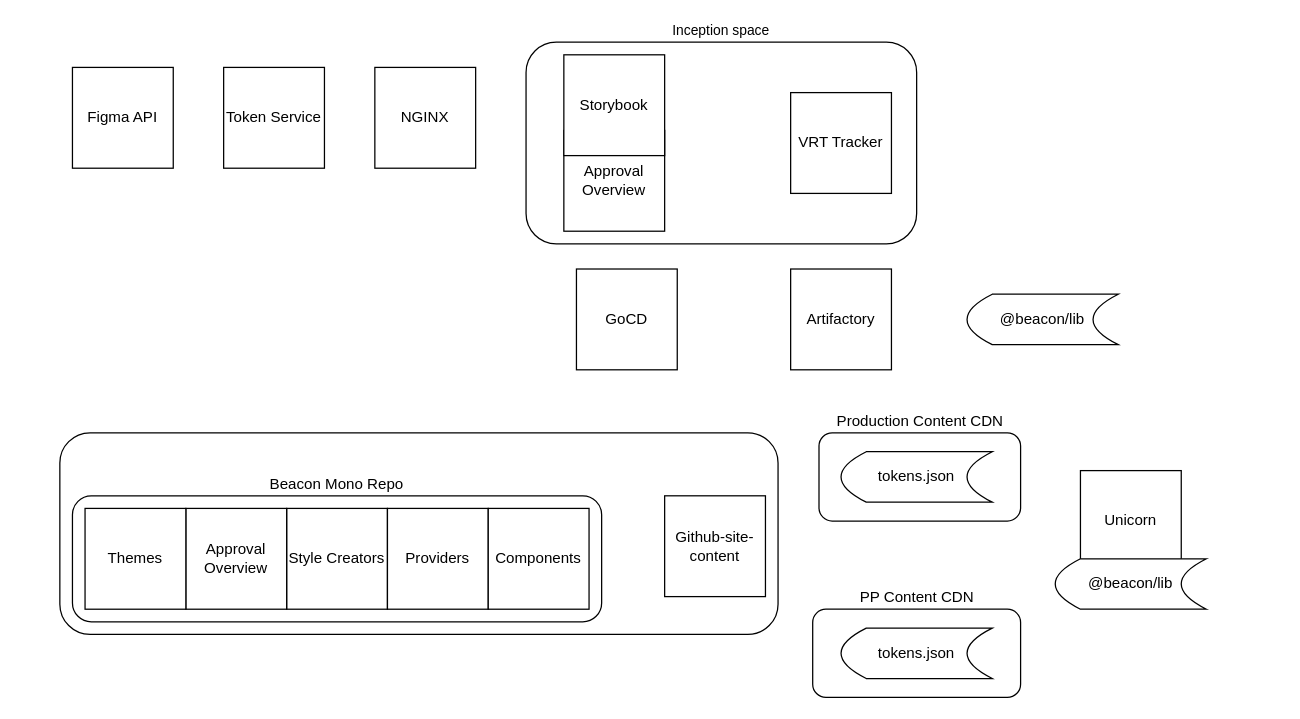
azz0r/tutorials keeps this draw.io diagram as Untitled Diagram.drawio. Above is the earlier version. Source tidied: cells renumbered, new cells numbered last; positions are measured from the earlier drawing's top-left corner, leaving out a move shared by most shapes. Both pictures are drawn from the tidied source at 126%, with x=0, y=0 at pixel (59, 42).
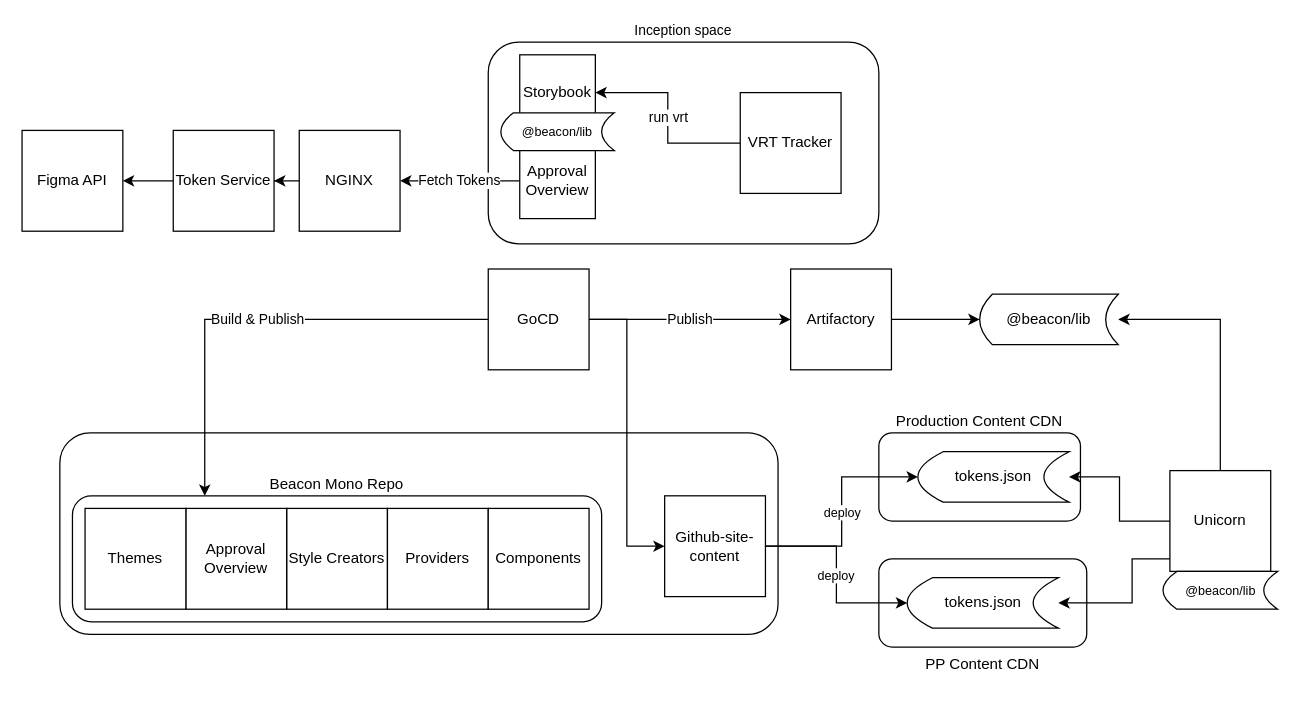
The same diagram, later.

Commit message (it also covers changes not shown here):
Beacon UML

The change refers to these unchanged cells:
```xml
<mxCell id="5" value="Github-site-content" style="whiteSpace=wrap;html=1;" parent="1" vertex="1">
  <mxGeometry x="480" y="360" width="80" height="80" as="geometry" />
</mxCell>
<mxCell id="6" value="Artifactory" style="whiteSpace=wrap;html=1;" parent="1" vertex="1">
  <mxGeometry x="580" y="180" width="80" height="80" as="geometry" />
</mxCell>
<mxCell id="16" value="Beacon Mono Repo" style="rounded=1;whiteSpace=wrap;html=1;horizontal=1;verticalAlign=bottom;labelPosition=center;verticalLabelPosition=top;align=center;" parent="1" vertex="1">
  <mxGeometry x="10" y="360" width="420" height="100" as="geometry" />
</mxCell>
```

The edit, as a diff of the source:
```diff
@@
     <mxCell id="2" value="Inception space" style="rounded=1;whiteSpace=wrap;html=1;labelPosition=center;verticalLabelPosition=top;align=center;verticalAlign=bottom;horizontal=1;fontSize=11;labelBorderColor=none;labelBackgroundColor=none;" parent="1" vertex="1">
-      <mxGeometry x="370" width="310" height="160" as="geometry" />
+      <mxGeometry x="340" width="310" height="160" as="geometry" />
     </mxCell>
@@
+    <mxCell id="26" style="edgeStyle=orthogonalEdgeStyle;rounded=0;jettySize=auto;html=1;fontSize=11;" parent="1" edge="1" source="4" target="25">
+      <mxGeometry relative="1" as="geometry">
+        <Array as="points">
+          <mxPoint x="921" y="220" />
+        </Array>
+      </mxGeometry>
+    </mxCell>
     <mxCell id="4" value="Unicorn" style="whiteSpace=wrap;html=1;" parent="1" vertex="1">
-      <mxGeometry x="810" y="340" width="80" height="80" as="geometry" />
+      <mxGeometry x="881" y="340" width="80" height="80" as="geometry" />
     </mxCell>
@@
+    <mxCell id="27" style="edgeStyle=orthogonalEdgeStyle;rounded=0;jettySize=auto;html=1;fontSize=11;" parent="1" edge="1" source="6" target="25">
+      <mxGeometry relative="1" as="geometry" />
+    </mxCell>
@@
+    <mxCell id="28" value="Build &amp;amp; Publish" style="edgeStyle=orthogonalEdgeStyle;rounded=0;jettySize=auto;html=1;entryX=0.25;entryY=0;entryDx=0;entryDy=0;fontSize=11;" parent="1" edge="1" source="7" target="16">
+      <mxGeometry relative="1" as="geometry">
+        <Array as="points">
+          <mxPoint x="115" y="220" />
+        </Array>
+      </mxGeometry>
+    </mxCell>
+    <mxCell id="29" value="Publish" style="edgeStyle=orthogonalEdgeStyle;rounded=0;jettySize=auto;html=1;entryX=0;entryY=0.5;entryDx=0;entryDy=0;fontSize=11;" parent="1" edge="1" source="7" target="6">
+      <mxGeometry relative="1" as="geometry" />
+    </mxCell>
+    <mxCell id="30" style="edgeStyle=orthogonalEdgeStyle;rounded=0;jettySize=auto;html=1;entryX=0;entryY=0.5;entryDx=0;entryDy=0;fontSize=11;" parent="1" edge="1" source="7" target="5">
+      <mxGeometry relative="1" as="geometry" />
+    </mxCell>
     <mxCell id="7" value="GoCD" style="whiteSpace=wrap;html=1;" parent="1" vertex="1">
-      <mxGeometry x="410" y="180" width="80" height="80" as="geometry" />
+      <mxGeometry x="340" y="180" width="80" height="80" as="geometry" />
     </mxCell>
+    <mxCell id="31" value="run vrt" style="edgeStyle=orthogonalEdgeStyle;rounded=0;jettySize=auto;html=1;fontSize=11;" parent="1" edge="1" source="8" target="15">
+      <mxGeometry relative="1" as="geometry" />
+    </mxCell>
     <mxCell id="8" value="VRT Tracker" style="whiteSpace=wrap;html=1;" parent="1" vertex="1">
-      <mxGeometry x="580" y="40" width="80" height="80" as="geometry" />
+      <mxGeometry x="540" y="40" width="80" height="80" as="geometry" />
     </mxCell>
+    <mxCell id="32" style="edgeStyle=orthogonalEdgeStyle;rounded=0;jettySize=auto;html=1;entryX=1;entryY=0.5;entryDx=0;entryDy=0;fontSize=11;" parent="1" edge="1" source="9" target="11">
+      <mxGeometry relative="1" as="geometry" />
+    </mxCell>
     <mxCell id="9" value="Token Service" style="whiteSpace=wrap;html=1;" parent="1" vertex="1">
-      <mxGeometry x="130" y="20" width="80" height="80" as="geometry" />
+      <mxGeometry x="90" y="70" width="80" height="80" as="geometry" />
     </mxCell>
+    <mxCell id="33" style="edgeStyle=orthogonalEdgeStyle;rounded=0;jettySize=auto;html=1;fontSize=11;" parent="1" edge="1" source="10" target="9">
+      <mxGeometry relative="1" as="geometry" />
+    </mxCell>
     <mxCell id="10" value="NGINX" style="whiteSpace=wrap;html=1;" parent="1" vertex="1">
-      <mxGeometry x="250" y="20" width="80" height="80" as="geometry" />
+      <mxGeometry x="190" y="70" width="80" height="80" as="geometry" />
     </mxCell>
     <mxCell id="11" value="Figma API" style="whiteSpace=wrap;html=1;" parent="1" vertex="1">
-      <mxGeometry x="10" y="20" width="80" height="80" as="geometry" />
+      <mxGeometry x="-30" y="70" width="80" height="80" as="geometry" />
     </mxCell>
+    <mxCell id="34" value="Fetch Tokens" style="edgeStyle=orthogonalEdgeStyle;rounded=0;jettySize=auto;html=1;entryX=1;entryY=0.5;entryDx=0;entryDy=0;fontSize=11;" parent="1" edge="1" source="12" target="10">
+      <mxGeometry relative="1" as="geometry" />
+    </mxCell>
     <mxCell id="12" value="Approval Overview" style="whiteSpace=wrap;html=1;" parent="1" vertex="1">
-      <mxGeometry x="400" y="70" width="80" height="80" as="geometry" />
+      <mxGeometry x="365" y="80" width="60" height="60" as="geometry" />
     </mxCell>
-    <mxCell id="13" value="PP Content CDN" style="rounded=1;whiteSpace=wrap;html=1;labelPosition=center;verticalLabelPosition=top;align=center;verticalAlign=bottom;" parent="1" vertex="1">
-      <mxGeometry x="597.5" y="450" width="165" height="70" as="geometry" />
-    </mxCell>
     <mxCell id="14" value="Production Content CDN&lt;br&gt;" style="rounded=1;whiteSpace=wrap;html=1;labelPosition=center;verticalLabelPosition=top;align=center;verticalAlign=bottom;" parent="1" vertex="1">
-      <mxGeometry x="602.5" y="310" width="160" height="70" as="geometry" />
+      <mxGeometry x="650" y="310" width="160" height="70" as="geometry" />
     </mxCell>
-    <mxCell id="15" value="Storybook" style="whiteSpace=wrap;html=1;" parent="1" vertex="1">
-      <mxGeometry x="400" y="10" width="80" height="80" as="geometry" />
+    <mxCell id="15" value="Storybook" style="whiteSpace=wrap;html=1;labelPosition=center;verticalLabelPosition=middle;align=center;verticalAlign=middle;" parent="1" vertex="1">
+      <mxGeometry x="365" y="10" width="60" height="60" as="geometry" />
     </mxCell>
@@
-    <mxCell id="22" value="tokens.json" style="shape=dataStorage;whiteSpace=wrap;html=1;fixedSize=1;rounded=1;" parent="1" vertex="1">
-      <mxGeometry x="620" y="465" width="120" height="40" as="geometry" />
-    </mxCell>
     <mxCell id="23" value="tokens.json" style="shape=dataStorage;whiteSpace=wrap;html=1;fixedSize=1;rounded=1;" parent="1" vertex="1">
-      <mxGeometry x="620" y="325" width="120" height="40" as="geometry" />
+      <mxGeometry x="681" y="325" width="120" height="40" as="geometry" />
     </mxCell>
-    <mxCell id="24" value="@beacon/lib" style="shape=dataStorage;whiteSpace=wrap;html=1;fixedSize=1;rounded=1;" parent="1" vertex="1">
-      <mxGeometry x="790" y="410" width="120" height="40" as="geometry" />
+    <mxCell id="24" value="@beacon/lib" style="shape=dataStorage;whiteSpace=wrap;html=1;fixedSize=1;rounded=1;fontSize=10;align=center;size=11;" parent="1" vertex="1">
+      <mxGeometry x="875.5" y="420" width="91" height="30" as="geometry" />
     </mxCell>
-    <mxCell id="25" value="@beacon/lib" style="shape=dataStorage;whiteSpace=wrap;html=1;fixedSize=1;rounded=1;" parent="1" vertex="1">
-      <mxGeometry x="720" y="200" width="120" height="40" as="geometry" />
+    <mxCell id="25" value="@beacon/lib" style="shape=dataStorage;whiteSpace=wrap;html=1;fixedSize=1;rounded=1;size=10;" parent="1" vertex="1">
+      <mxGeometry x="730" y="200" width="110" height="40" as="geometry" />
     </mxCell>
+    <mxCell id="35" value="@beacon/lib" style="shape=dataStorage;whiteSpace=wrap;html=1;fixedSize=1;rounded=1;fontSize=10;align=center;size=10;" parent="1" vertex="1">
+      <mxGeometry x="350" y="56" width="90" height="30" as="geometry" />
+    </mxCell>
+    <mxCell id="36" style="edgeStyle=orthogonalEdgeStyle;rounded=0;jettySize=auto;html=1;fontSize=10;" parent="1" edge="1" source="4" target="23">
+      <mxGeometry relative="1" as="geometry" />
+    </mxCell>
+    <mxCell id="37" style="group;" parent="1" vertex="1">
+      <mxGeometry x="650" y="410" width="165" height="70" as="geometry" />
+    </mxCell>
+    <mxCell id="13" value="PP Content CDN" style="rounded=1;whiteSpace=wrap;html=1;labelPosition=center;verticalLabelPosition=bottom;align=center;verticalAlign=top;" parent="37" vertex="1">
+      <mxGeometry width="165" height="70" as="geometry" />
+    </mxCell>
+    <mxCell id="22" value="tokens.json" style="shape=dataStorage;whiteSpace=wrap;html=1;fixedSize=1;rounded=1;" parent="37" vertex="1">
+      <mxGeometry x="22.5" y="15" width="120" height="40" as="geometry" />
+    </mxCell>
+    <mxCell id="38" style="edgeStyle=orthogonalEdgeStyle;rounded=0;jettySize=auto;html=1;fontSize=10;" parent="1" edge="1" source="4" target="22">
+      <mxGeometry relative="1" as="geometry">
+        <Array as="points">
+          <mxPoint x="851" y="410" />
+          <mxPoint x="851" y="445" />
+        </Array>
+      </mxGeometry>
+    </mxCell>
+    <mxCell id="39" value="deploy" style="edgeStyle=orthogonalEdgeStyle;rounded=0;jettySize=auto;html=1;entryX=0;entryY=0.5;entryDx=0;entryDy=0;fontSize=10;" parent="1" edge="1" source="5" target="23">
+      <mxGeometry relative="1" as="geometry" />
+    </mxCell>
+    <mxCell id="40" value="deploy" style="edgeStyle=orthogonalEdgeStyle;rounded=0;jettySize=auto;html=1;entryX=0;entryY=0.5;entryDx=0;entryDy=0;fontSize=10;" parent="1" edge="1" source="5" target="22">
+      <mxGeometry relative="1" as="geometry" />
+    </mxCell>
```
